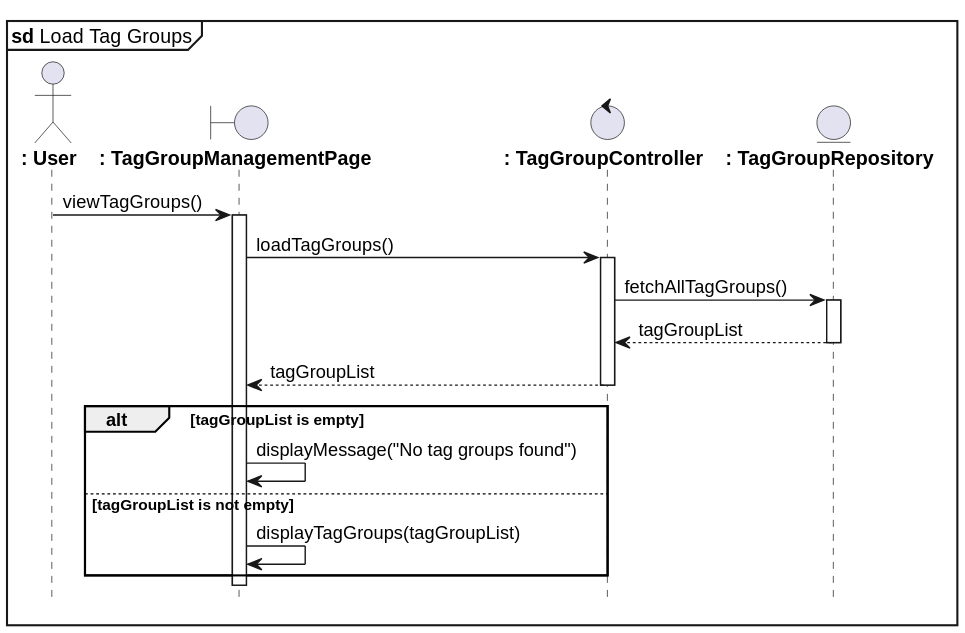
azrappp/learning_uml2.0_pmul keeps this PlantUML diagram as out/daftar_grubtag.svg. Above is the earlier version.
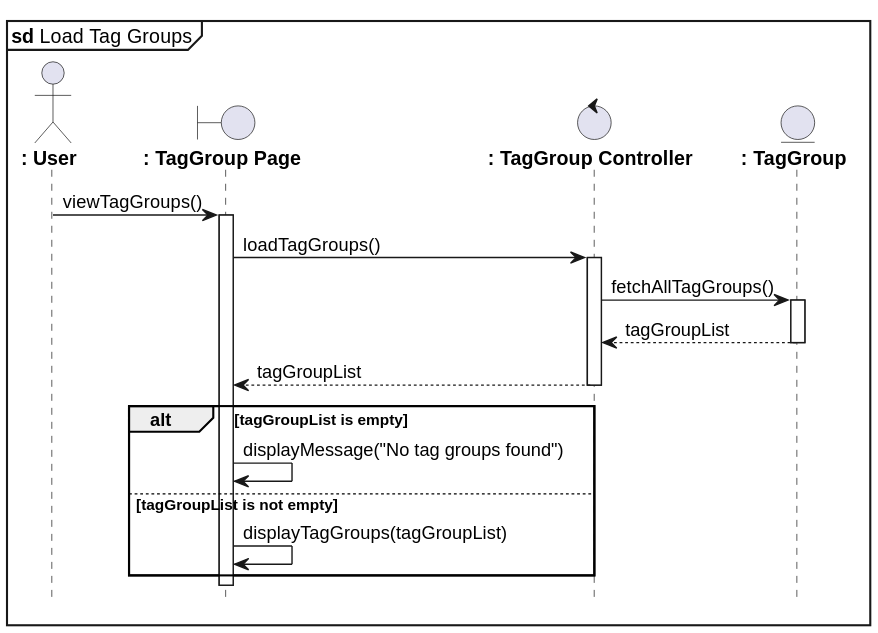
The same file after the commit.

Change to the diagram source:
```diff
@@ -3,9 +3,9 @@
 hide footbox
 
 actor "**: User**" as User
-boundary "**: TagGroupManagementPage**" as TagGroupManagementPage
-control "**: TagGroupController**" as TagGroupController
-entity "**: TagGroupRepository**" as TagGroupRepository
+boundary "**: TagGroup Page**" as TagGroupManagementPage
+control "**: TagGroup Controller**" as TagGroupController
+entity "**: TagGroup**" as TagGroupRepository
 
 User -> TagGroupManagementPage : viewTagGroups()
 activate TagGroupManagementPage
```
